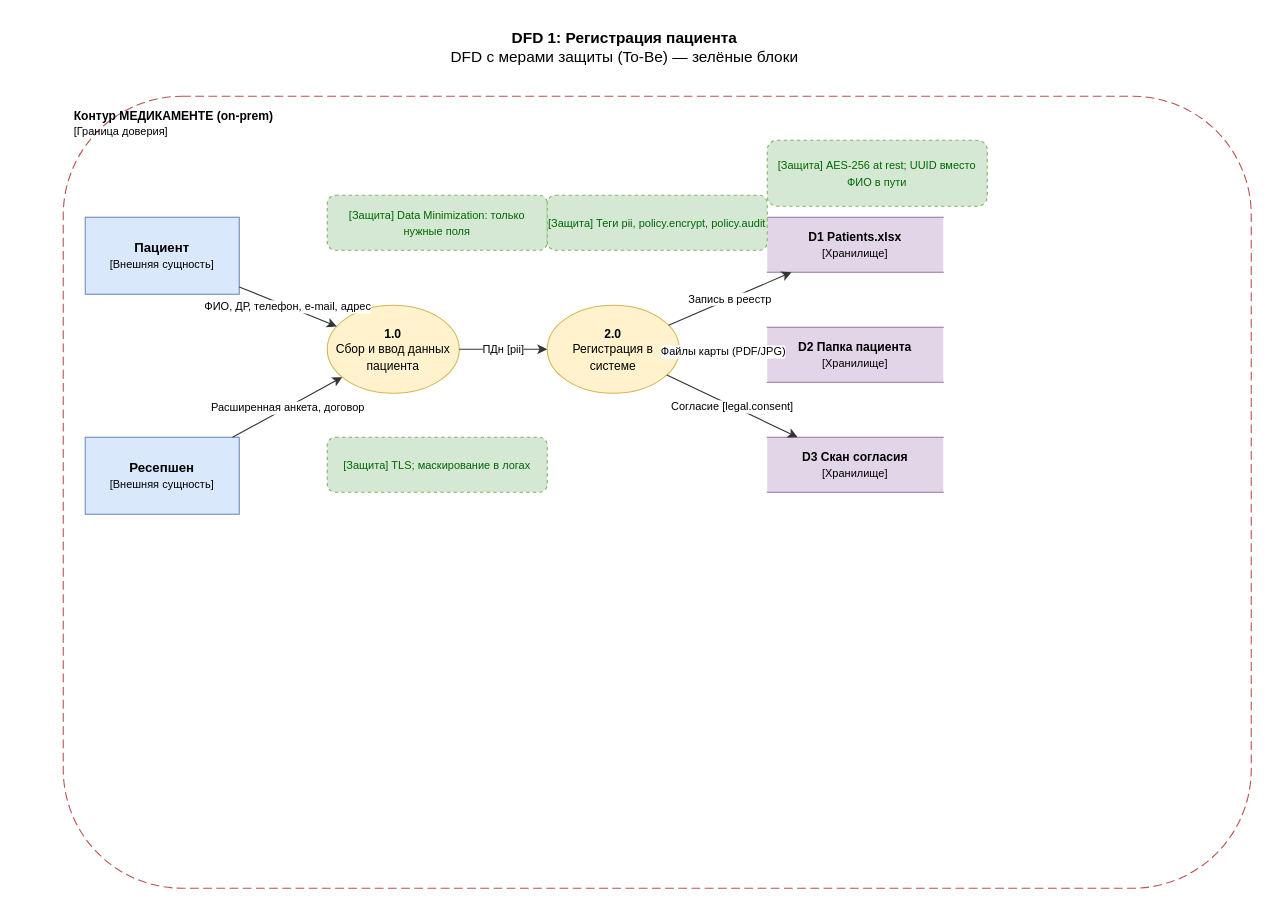
AlexDmitriev/architecture-medikamente keeps this draw.io diagram as Task1/dfd-01-patient-registration.drawio. Above is the earlier version. Source tidied: cells renumbered, new cells numbered last; positions are measured from the earlier drawing's top-left corner, leaving out a move shared by most shapes. Both pictures are drawn from the tidied source at 110%, with x=0, y=0 at pixel (63, 19).
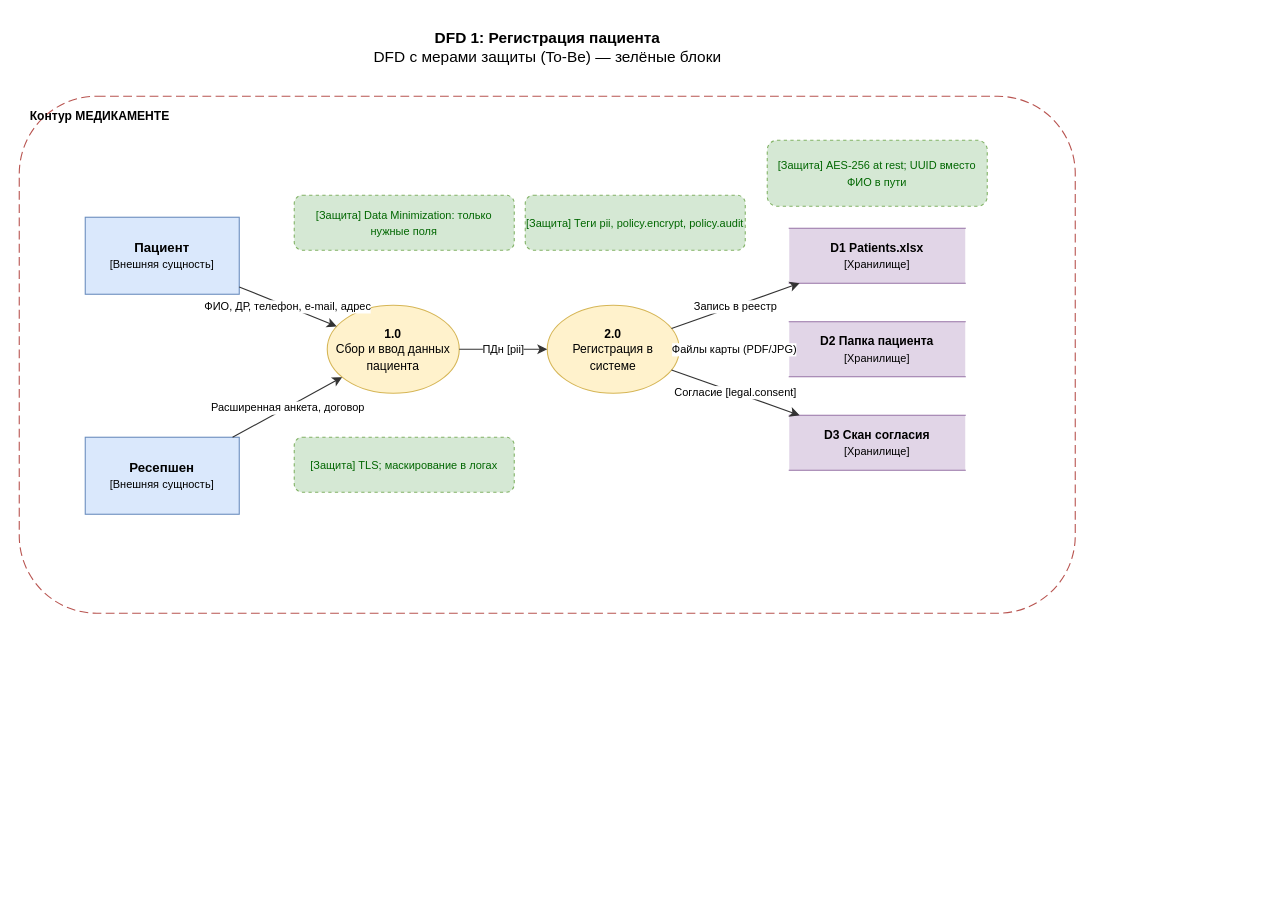
The same page after the edit.

Diff of the diagram source:
```diff
@@
     <mxCell id="2" value="&lt;b&gt;DFD 1: Регистрация пациента&lt;/b&gt;&lt;div&gt;&lt;font style=&amp;quot;font-size:10px&amp;quot;&gt;DFD с мерами защиты (To-Be) — зелёные блоки&lt;/font&gt;&lt;/div&gt;" style="text;html=1;strokeColor=none;fillColor=none;align=center;verticalAlign=middle;fontSize=14;" parent="1" vertex="1">
-      <mxGeometry x="160" width="700" height="50" as="geometry" />
+      <mxGeometry x="90" width="700" height="50" as="geometry" />
     </mxCell>
-    <mxCell id="3" value="&lt;font style=&quot;font-size:11px&quot;&gt;&lt;b&gt;Контур МЕДИКАМЕНТЕ (on-prem)&lt;/b&gt;&lt;/font&gt;&lt;div&gt;&lt;font style=&quot;font-size:10px&quot;&gt;[Граница доверия]&lt;/font&gt;&lt;/div&gt;" style="rounded=1;whiteSpace=wrap;html=1;dashed=1;dashPattern=8 4;fillColor=none;strokeColor=#b85450;verticalAlign=top;align=left;spacingLeft=8;spacingTop=4;" parent="1" vertex="1">
-      <mxGeometry y="70" width="1080" height="720" as="geometry" />
+    <mxCell id="3" value="&lt;font style=&quot;font-size:11px&quot;&gt;&lt;b&gt;Контур МЕДИКАМЕНТЕ&lt;/b&gt;&lt;/font&gt;" style="rounded=1;whiteSpace=wrap;html=1;dashed=1;dashPattern=8 4;fillColor=none;strokeColor=#b85450;verticalAlign=top;align=left;spacingLeft=8;spacingTop=4;" parent="1" vertex="1">
+      <mxGeometry x="-40" y="70" width="960" height="470" as="geometry" />
     </mxCell>
@@
     <mxCell id="8" value="&lt;font style=&quot;font-size:11px&quot;&gt;&lt;b&gt;D1 Patients.xlsx&lt;/b&gt;&lt;/font&gt;&lt;div&gt;&lt;font style=&quot;font-size:10px&quot;&gt;[Хранилище]&lt;/font&gt;&lt;/div&gt;" style="shape=partialRectangle;whiteSpace=wrap;html=1;left=0;right=0;fillColor=#e1d5e7;strokeColor=#9673a6;" parent="1" vertex="1">
-      <mxGeometry x="640" y="180" width="160" height="50" as="geometry" />
+      <mxGeometry x="660" y="190" width="160" height="50" as="geometry" />
     </mxCell>
     <mxCell id="9" value="&lt;font style=&quot;font-size:11px&quot;&gt;&lt;b&gt;D2 Папка пациента&lt;/b&gt;&lt;/font&gt;&lt;div&gt;&lt;font style=&quot;font-size:10px&quot;&gt;[Хранилище]&lt;/font&gt;&lt;/div&gt;" style="shape=partialRectangle;whiteSpace=wrap;html=1;left=0;right=0;fillColor=#e1d5e7;strokeColor=#9673a6;" parent="1" vertex="1">
-      <mxGeometry x="640" y="280" width="160" height="50" as="geometry" />
+      <mxGeometry x="660" y="275" width="160" height="50" as="geometry" />
     </mxCell>
     <mxCell id="10" value="&lt;font style=&quot;font-size:11px&quot;&gt;&lt;b&gt;D3 Скан согласия&lt;/b&gt;&lt;/font&gt;&lt;div&gt;&lt;font style=&quot;font-size:10px&quot;&gt;[Хранилище]&lt;/font&gt;&lt;/div&gt;" style="shape=partialRectangle;whiteSpace=wrap;html=1;left=0;right=0;fillColor=#e1d5e7;strokeColor=#9673a6;" parent="1" vertex="1">
-      <mxGeometry x="640" y="380" width="160" height="50" as="geometry" />
+      <mxGeometry x="660" y="360" width="160" height="50" as="geometry" />
     </mxCell>
@@
     <mxCell id="17" value="&lt;font style=&quot;font-size:10px;color:#006600&quot;&gt;[Защита] Data Minimization: только нужные поля&lt;/font&gt;" style="rounded=1;whiteSpace=wrap;html=1;fillColor=#d5e8d4;strokeColor=#82b366;dashed=1;" parent="1" vertex="1">
-      <mxGeometry x="240" y="160" width="200" height="50" as="geometry" />
+      <mxGeometry x="210" y="160" width="200" height="50" as="geometry" />
     </mxCell>
     <mxCell id="18" value="&lt;font style=&quot;font-size:10px;color:#006600&quot;&gt;[Защита] Теги pii, policy.encrypt, policy.audit&lt;/font&gt;" style="rounded=1;whiteSpace=wrap;html=1;fillColor=#d5e8d4;strokeColor=#82b366;dashed=1;" parent="1" vertex="1">
-      <mxGeometry x="440" y="160" width="200" height="50" as="geometry" />
+      <mxGeometry x="420" y="160" width="200" height="50" as="geometry" />
     </mxCell>
@@
     <mxCell id="20" value="&lt;font style=&quot;font-size:10px;color:#006600&quot;&gt;[Защита] TLS; маскирование в логах&lt;/font&gt;" style="rounded=1;whiteSpace=wrap;html=1;fillColor=#d5e8d4;strokeColor=#82b366;dashed=1;" parent="1" vertex="1">
-      <mxGeometry x="240" y="380" width="200" height="50" as="geometry" />
+      <mxGeometry x="210" y="380" width="200" height="50" as="geometry" />
     </mxCell>
```
